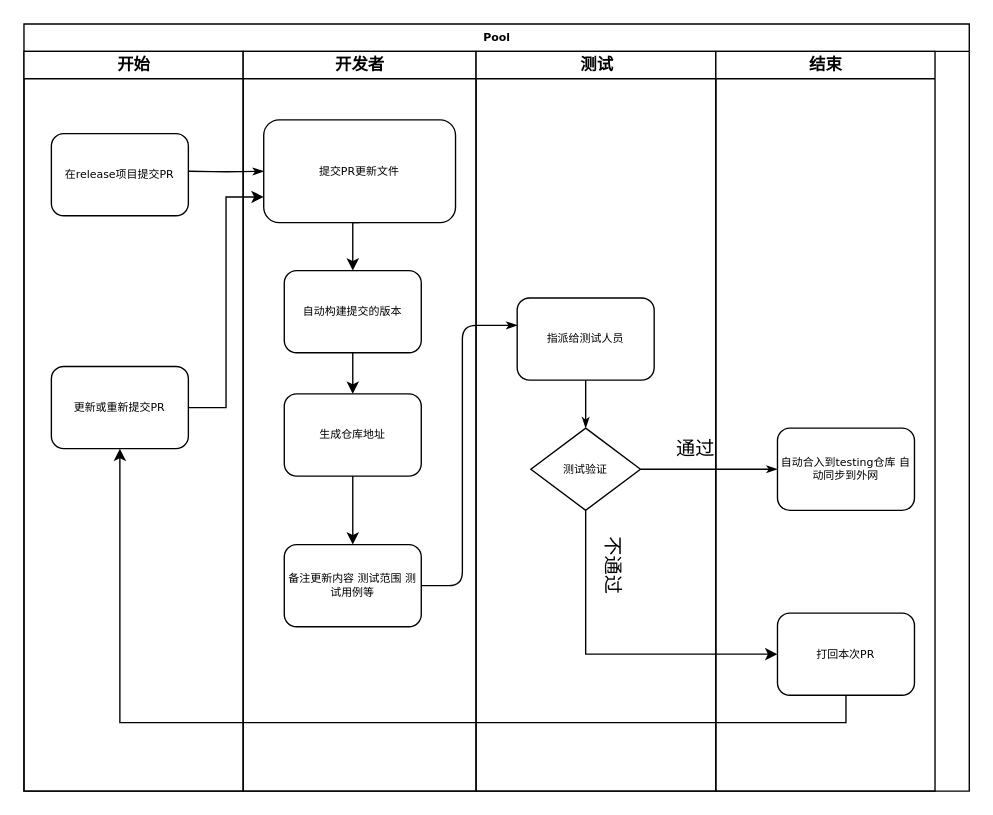
This is 软件包更新流程.drawio from Zeno-sole/drawio-file, a draw.io file, before an edit. Source tidied: cells renumbered, new cells numbered last; positions are measured from the earlier drawing's top-left corner, leaving out a move shared by most shapes. Both pictures are drawn from the tidied source at 137%, with x=0, y=0 at pixel (23, 23).
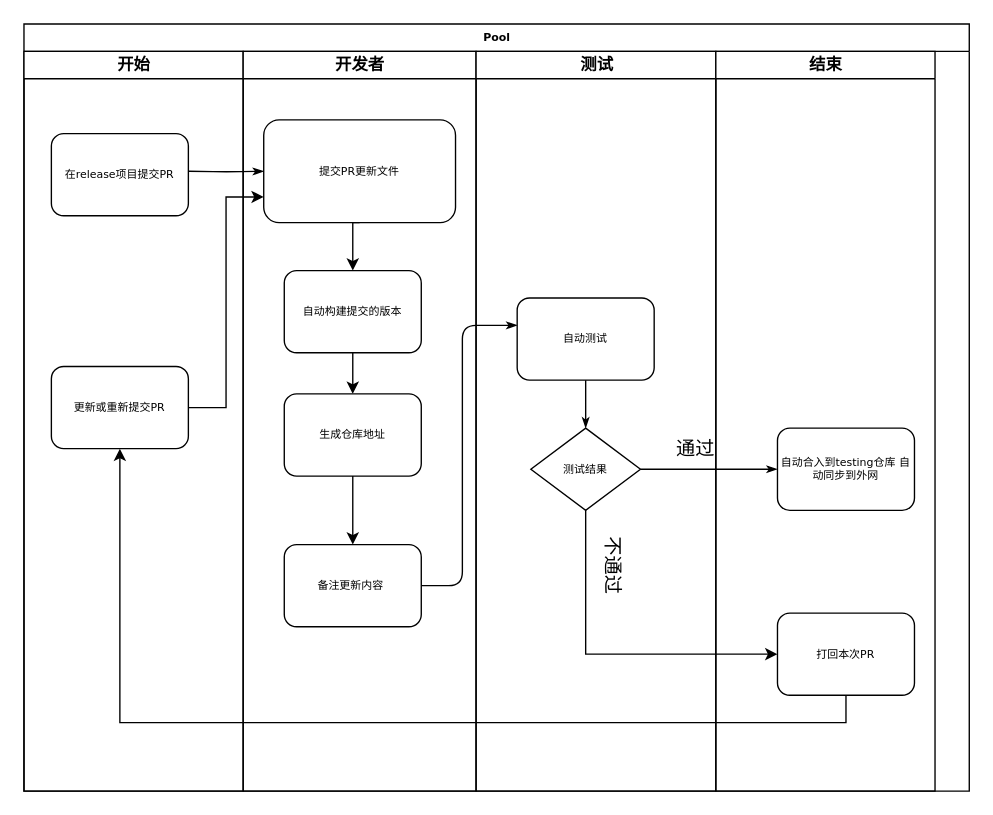
After the change.

Commit message:
更新软件包更新流程.drawio

Unchanged cells that the change refers to:
```xml
<mxCell id="9" value="开发者" style="swimlane;html=1;startSize=20;" parent="2" vertex="1">
  <mxGeometry x="160" y="20" width="170" height="540" as="geometry" />
</mxCell>
<mxCell id="17" value="测试" style="swimlane;html=1;startSize=20;" parent="2" vertex="1">
  <mxGeometry x="330" y="20" width="175" height="540" as="geometry" />
</mxCell>
```

What changed in the source:
```diff
@@
-    <mxCell id="12" value="备注更新内容 测试范围 测试用例等" style="rounded=1;whiteSpace=wrap;html=1;shadow=0;labelBackgroundColor=none;strokeWidth=1;fontFamily=Verdana;fontSize=8;align=center;" parent="9" vertex="1">
+    <mxCell id="12" value="备注更新内容&amp;nbsp;" style="rounded=1;whiteSpace=wrap;html=1;shadow=0;labelBackgroundColor=none;strokeWidth=1;fontFamily=Verdana;fontSize=8;align=center;" parent="9" vertex="1">
       <mxGeometry x="30" y="360" width="100" height="60" as="geometry" />
     </mxCell>
@@
-    <mxCell id="18" value="指派给测试人员" style="rounded=1;whiteSpace=wrap;html=1;shadow=0;labelBackgroundColor=none;strokeWidth=1;fontFamily=Verdana;fontSize=8;align=center;" parent="17" vertex="1">
+    <mxCell id="18" value="自动测试" style="rounded=1;whiteSpace=wrap;html=1;shadow=0;labelBackgroundColor=none;strokeWidth=1;fontFamily=Verdana;fontSize=8;align=center;" parent="17" vertex="1">
       <mxGeometry x="30" y="180" width="100" height="60" as="geometry" />
     </mxCell>
-    <mxCell id="19" value="测试验证" style="rhombus;whiteSpace=wrap;html=1;rounded=0;shadow=0;labelBackgroundColor=none;strokeWidth=1;fontFamily=Verdana;fontSize=8;align=center;" parent="17" vertex="1">
+    <mxCell id="19" value="测试结果" style="rhombus;whiteSpace=wrap;html=1;rounded=0;shadow=0;labelBackgroundColor=none;strokeWidth=1;fontFamily=Verdana;fontSize=8;align=center;" parent="17" vertex="1">
       <mxGeometry x="40" y="275" width="80" height="60" as="geometry" />
     </mxCell>
```
